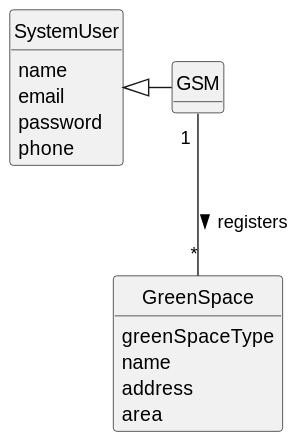
Departamento-de-Engenharia-Informatica/lei-24-s2-1do-g164 keeps this PlantUML diagram as docs/sprintC/us027/02.analysis/svg/us027-domain-model.svg. Above is the earlier version.
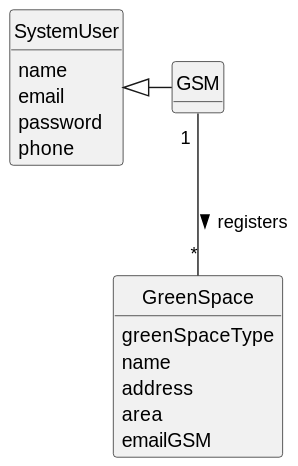
The same file after the commit.

Diff of the diagram source:
```diff
@@ -24,6 +24,7 @@
        name
        address
        area
+       emailGSM
 }
 
 
```
